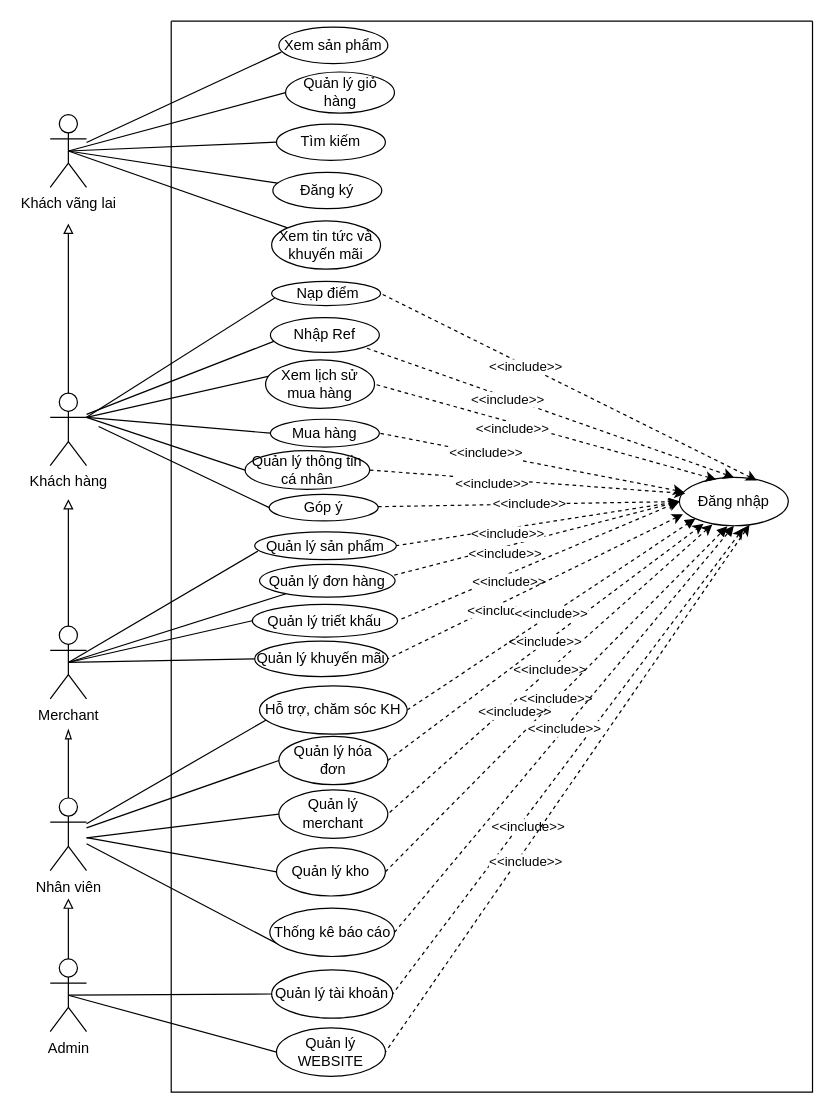
Above: page "Page-1" (1 of 11) of UC_TongQuat.drawio in leanhtuan9497/DoAnTotNghiep (draw.io), before the change. Source tidied: cells renumbered, new cells numbered last; positions are measured from the earlier drawing's top-left corner, leaving out a move shared by most shapes. Both pictures are drawn from the tidied source at 121%, with x=0, y=0 at pixel (50, 21).
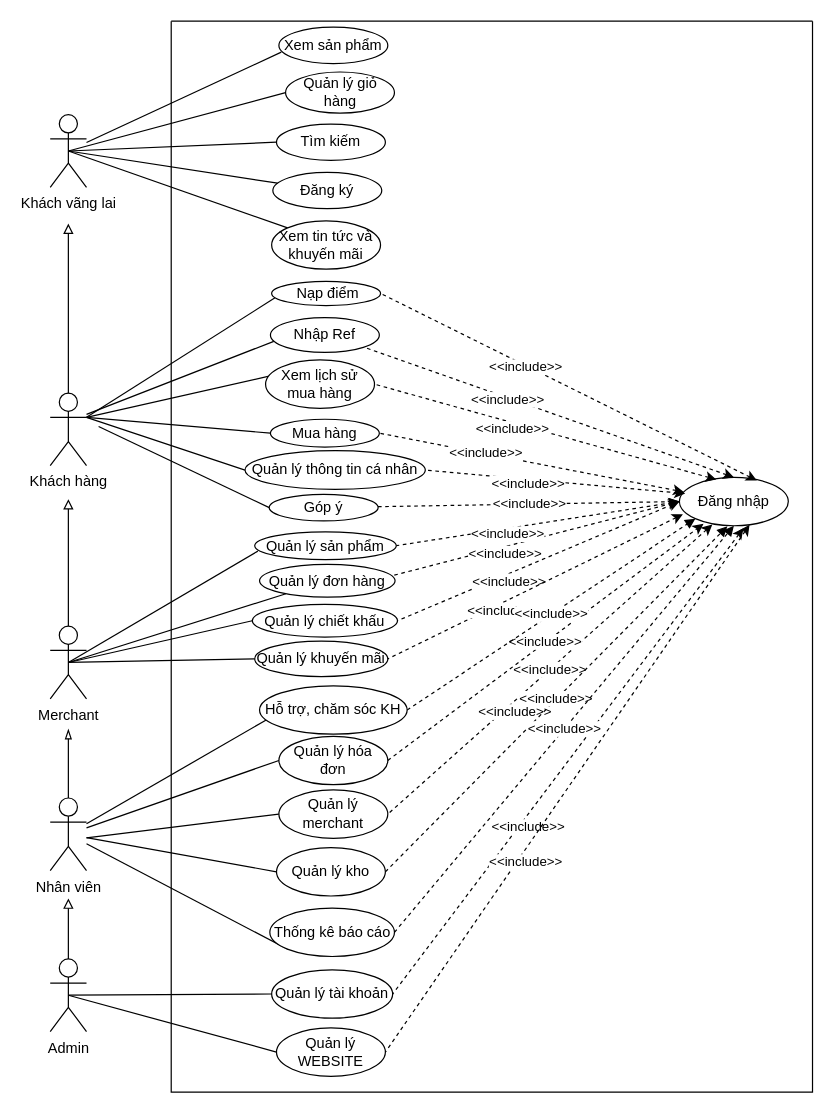
The same page after the edit.

The edit, as a diff of the source:
```diff
@@
     <mxCell id="23" value="Quản lý thông tin cá nhân" style="ellipse;whiteSpace=wrap;html=1;" parent="1" vertex="1">
-      <mxGeometry x="161" y="355" width="103" height="32" as="geometry" />
+      <mxGeometry x="161" y="355" width="149" height="32" as="geometry" />
     </mxCell>
@@
-    <mxCell id="39" value="Quản lý triết khấu" style="ellipse;whiteSpace=wrap;html=1;" parent="1" vertex="1">
+    <mxCell id="39" value="Quản lý chiết khấu" style="ellipse;whiteSpace=wrap;html=1;" parent="1" vertex="1">
       <mxGeometry x="167" y="482" width="120" height="27" as="geometry" />
     </mxCell>
```
